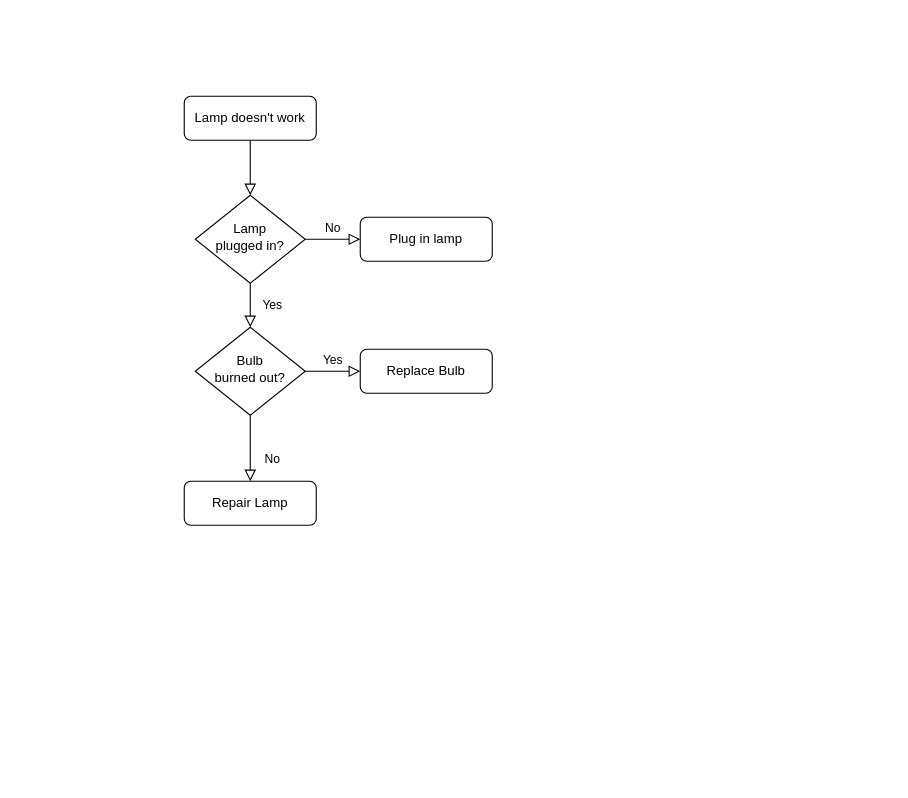
log2akshat/UsefulScripts keeps this draw.io diagram as Zimbra/Untitled Diagram.drawio. Above is the earlier version. Source tidied: cells renumbered, new cells numbered last; positions are measured from the earlier drawing's top-left corner, leaving out a move shared by most shapes. Both pictures are drawn from the tidied source at 110%, with x=0, y=0 at pixel (184, 96).
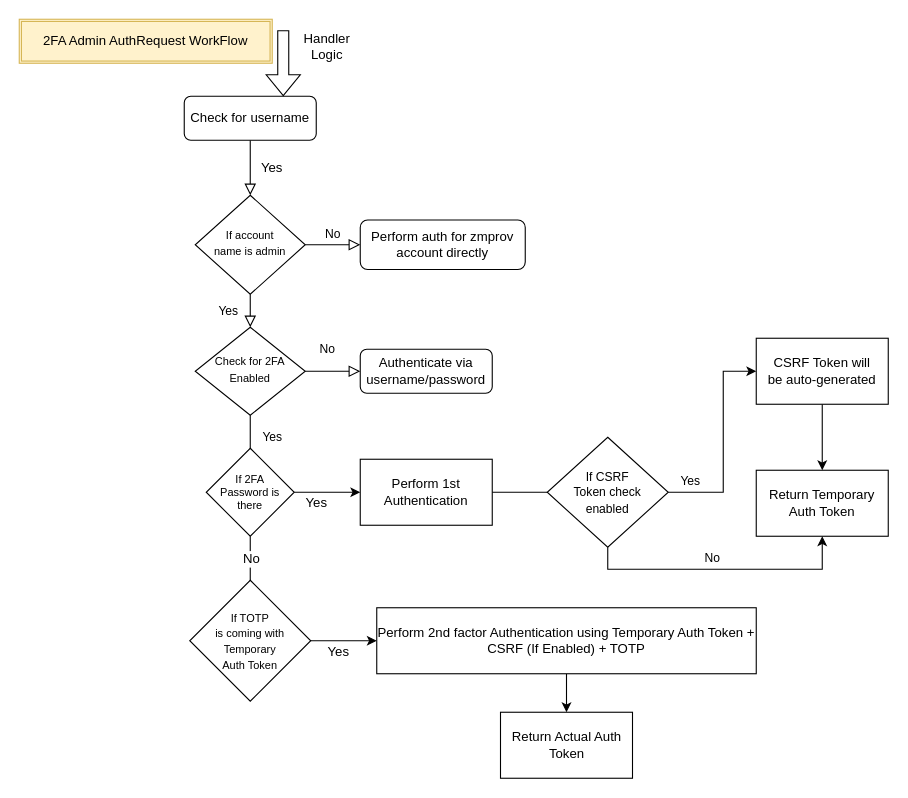
The same page after the edit.

Commit message:
Zimbra Admin AuthRequest Flow

Diff of the diagram source:
```diff
@@
-    <mxCell id="3" value="Lamp doesn't work" style="rounded=1;whiteSpace=wrap;html=1;fontSize=12;glass=0;strokeWidth=1;shadow=0;" parent="1" vertex="1">
+    <mxCell id="3" value="Check for username" style="rounded=1;whiteSpace=wrap;html=1;fontSize=12;glass=0;strokeWidth=1;shadow=0;" parent="1" vertex="1">
       <mxGeometry width="120" height="40" as="geometry" />
     </mxCell>
@@
-    <mxCell id="6" value="Lamp&lt;br&gt;plugged in?" style="rhombus;whiteSpace=wrap;html=1;shadow=0;fontFamily=Helvetica;fontSize=12;align=center;strokeWidth=1;spacing=6;spacingTop=-4;" parent="1" vertex="1">
-      <mxGeometry x="10" y="90" width="100" height="80" as="geometry" />
+    <mxCell id="6" value="&lt;font style=&quot;font-size: 10px&quot;&gt;If account &lt;br&gt;name is admin&lt;/font&gt;" style="rhombus;whiteSpace=wrap;html=1;shadow=0;fontFamily=Helvetica;fontSize=12;align=center;strokeWidth=1;spacing=6;spacingTop=-4;" parent="1" vertex="1">
+      <mxGeometry x="10" y="90" width="100" height="90" as="geometry" />
     </mxCell>
-    <mxCell id="7" value="Plug in lamp" style="rounded=1;whiteSpace=wrap;html=1;fontSize=12;glass=0;strokeWidth=1;shadow=0;" parent="1" vertex="1">
-      <mxGeometry x="160" y="110" width="120" height="40" as="geometry" />
+    <mxCell id="7" value="Perform auth for zmprov account directly" style="rounded=1;whiteSpace=wrap;html=1;fontSize=12;glass=0;strokeWidth=1;shadow=0;" parent="1" vertex="1">
+      <mxGeometry x="160" y="112.5" width="150" height="45" as="geometry" />
     </mxCell>
-    <mxCell id="8" value="No" style="rounded=0;html=1;jettySize=auto;fontSize=11;endArrow=block;endFill=0;endSize=8;strokeWidth=1;shadow=0;labelBackgroundColor=none;edgeStyle=orthogonalEdgeStyle;" parent="1" edge="1" source="10" target="11">
-      <mxGeometry x="0.33" y="20" relative="1" as="geometry" />
+    <mxCell id="8" value="Yes" style="rounded=0;html=1;jettySize=auto;fontSize=11;endArrow=block;endFill=0;endSize=8;strokeWidth=1;shadow=0;labelBackgroundColor=none;edgeStyle=orthogonalEdgeStyle;" parent="1" edge="1" source="10">
+      <mxGeometry x="-0.33" y="20" relative="1" as="geometry">
+        <mxPoint x="60" y="350" as="targetPoint" />
+      </mxGeometry>
     </mxCell>
-    <mxCell id="9" value="Yes" style="edgeStyle=orthogonalEdgeStyle;rounded=0;html=1;jettySize=auto;fontSize=11;endArrow=block;endFill=0;endSize=8;strokeWidth=1;shadow=0;labelBackgroundColor=none;" parent="1" edge="1" source="10" target="12">
-      <mxGeometry y="10" relative="1" as="geometry" />
+    <mxCell id="9" value="No" style="edgeStyle=orthogonalEdgeStyle;rounded=0;html=1;jettySize=auto;fontSize=11;endArrow=block;endFill=0;endSize=8;strokeWidth=1;shadow=0;labelBackgroundColor=none;" parent="1" edge="1" source="10" target="12">
+      <mxGeometry x="-0.2" y="20" relative="1" as="geometry" />
     </mxCell>
-    <mxCell id="10" value="Bulb&lt;br&gt;burned out?" style="rhombus;whiteSpace=wrap;html=1;shadow=0;fontFamily=Helvetica;fontSize=12;align=center;strokeWidth=1;spacing=6;spacingTop=-4;" parent="1" vertex="1">
+    <mxCell id="10" value="&lt;span style=&quot;font-size: 10px&quot;&gt;Check for 2FA Enabled&lt;/span&gt;" style="rhombus;whiteSpace=wrap;html=1;shadow=0;fontFamily=Helvetica;fontSize=12;align=center;strokeWidth=1;spacing=6;spacingTop=-4;" parent="1" vertex="1">
       <mxGeometry x="10" y="210" width="100" height="80" as="geometry" />
     </mxCell>
-    <mxCell id="11" value="Repair Lamp" style="rounded=1;whiteSpace=wrap;html=1;fontSize=12;glass=0;strokeWidth=1;shadow=0;" parent="1" vertex="1">
-      <mxGeometry y="350" width="120" height="40" as="geometry" />
-    </mxCell>
-    <mxCell id="12" value="Replace Bulb" style="rounded=1;whiteSpace=wrap;html=1;fontSize=12;glass=0;strokeWidth=1;shadow=0;" parent="1" vertex="1">
+    <mxCell id="12" value="Authenticate via username/password" style="rounded=1;whiteSpace=wrap;html=1;fontSize=12;glass=0;strokeWidth=1;shadow=0;" parent="1" vertex="1">
       <mxGeometry x="160" y="230" width="120" height="40" as="geometry" />
     </mxCell>
+    <mxCell id="13" value="2FA Admin AuthRequest WorkFlow" style="shape=ext;double=1;rounded=0;whiteSpace=wrap;html=1;fillColor=#fff2cc;strokeColor=#d6b656;" parent="1" vertex="1">
+      <mxGeometry x="-150" y="-70" width="230" height="40" as="geometry" />
+    </mxCell>
+    <mxCell id="14" value="Yes" style="text;html=1;strokeColor=none;fillColor=none;align=center;verticalAlign=middle;whiteSpace=wrap;rounded=0;" parent="1" vertex="1">
+      <mxGeometry x="50" y="50" width="60" height="30" as="geometry" />
+    </mxCell>
+    <mxCell id="15" style="shape=flexArrow;endArrow=classic;html=1;rounded=0;" parent="1" edge="1">
+      <mxGeometry relative="1" as="geometry">
+        <mxPoint x="90" y="-60" as="sourcePoint" />
+        <mxPoint x="90" as="targetPoint" />
+      </mxGeometry>
+    </mxCell>
+    <mxCell id="16" value="Handler Logic" style="text;html=1;strokeColor=none;fillColor=none;align=center;verticalAlign=middle;whiteSpace=wrap;rounded=0;" parent="1" vertex="1">
+      <mxGeometry x="100" y="-60" width="60" height="30" as="geometry" />
+    </mxCell>
+    <mxCell id="17" style="edgeStyle=orthogonalEdgeStyle;rounded=0;jettySize=auto;html=1;fontSize=10;" parent="1" edge="1" source="20" target="21">
+      <mxGeometry relative="1" as="geometry" />
+    </mxCell>
+    <mxCell id="18" style="edgeStyle=orthogonalEdgeStyle;rounded=0;jettySize=auto;html=1;fontSize=12;" parent="1" edge="1" source="20">
+      <mxGeometry relative="1" as="geometry">
+        <mxPoint x="60" y="480" as="targetPoint" />
+      </mxGeometry>
+    </mxCell>
+    <mxCell id="19" value="No" style="edgeLabel;html=1;align=center;verticalAlign=middle;fontSize=12;" parent="18" vertex="1">
+      <mxGeometry x="-0.22" y="3" relative="1" as="geometry">
+        <mxPoint x="-3" y="-11" as="offset" />
+      </mxGeometry>
+    </mxCell>
+    <mxCell id="20" value="If 2FA&lt;br&gt;Password is there" style="rhombus;whiteSpace=wrap;html=1;fontSize=10;" parent="1" vertex="1">
+      <mxGeometry x="20" y="320" width="80" height="80" as="geometry" />
+    </mxCell>
+    <mxCell id="21" value="&lt;font style=&quot;font-size: 12px&quot;&gt;Perform 1st&lt;br&gt;Authentication&lt;/font&gt;" style="whiteSpace=wrap;html=1;fontSize=10;" parent="1" vertex="1">
+      <mxGeometry x="160" y="330" width="120" height="60" as="geometry" />
+    </mxCell>
+    <mxCell id="22" value="Yes" style="text;html=1;align=center;verticalAlign=middle;strokeColor=none;fillColor=none;fontSize=12;" parent="1" vertex="1">
+      <mxGeometry x="100" y="360" width="40" height="20" as="geometry" />
+    </mxCell>
+    <mxCell id="23" style="edgeStyle=orthogonalEdgeStyle;rounded=0;jettySize=auto;html=1;fontSize=12;" parent="1" edge="1" source="24" target="26">
+      <mxGeometry relative="1" as="geometry" />
+    </mxCell>
+    <mxCell id="24" value="&lt;span style=&quot;font-size: 10px&quot;&gt;If TOTP &lt;br&gt;is coming with Temporary &lt;br&gt;Auth Token&lt;/span&gt;" style="rhombus;whiteSpace=wrap;html=1;fontSize=12;" parent="1" vertex="1">
+      <mxGeometry x="5" y="440" width="110" height="110" as="geometry" />
+    </mxCell>
+    <mxCell id="25" style="edgeStyle=orthogonalEdgeStyle;rounded=0;jettySize=auto;html=1;fontSize=12;" parent="1" edge="1" source="26" target="29">
+      <mxGeometry relative="1" as="geometry" />
+    </mxCell>
+    <mxCell id="26" value="Perform 2nd factor Authentication using Temporary Auth Token + CSRF (If Enabled) + TOTP" style="whiteSpace=wrap;html=1;" parent="1" vertex="1">
+      <mxGeometry x="175" y="465" width="345" height="60" as="geometry" />
+    </mxCell>
+    <mxCell id="27" value="Yes" style="text;html=1;align=center;verticalAlign=middle;strokeColor=none;fillColor=none;fontSize=12;" parent="1" vertex="1">
+      <mxGeometry x="120" y="495" width="40" height="20" as="geometry" />
+    </mxCell>
+    <mxCell id="28" value="&lt;font style=&quot;font-size: 12px&quot;&gt;Return Temporary Auth Token&lt;/font&gt;" style="whiteSpace=wrap;html=1;fontSize=10;" parent="1" vertex="1">
+      <mxGeometry x="520" y="340" width="120" height="60" as="geometry" />
+    </mxCell>
+    <mxCell id="29" value="Return Actual Auth Token" style="whiteSpace=wrap;html=1;" parent="1" vertex="1">
+      <mxGeometry x="287.5" y="560" width="120" height="60" as="geometry" />
+    </mxCell>
+    <mxCell id="30" style="edgeStyle=orthogonalEdgeStyle;rounded=0;jettySize=auto;html=1;fontSize=11;" parent="1" edge="1" source="34" target="32">
+      <mxGeometry relative="1" as="geometry">
+        <Array as="points">
+          <mxPoint x="490" y="360" />
+          <mxPoint x="490" y="250" />
+        </Array>
+      </mxGeometry>
+    </mxCell>
+    <mxCell id="31" style="edgeStyle=orthogonalEdgeStyle;rounded=0;jettySize=auto;html=1;fontSize=11;" parent="1" edge="1" source="32" target="28">
+      <mxGeometry relative="1" as="geometry" />
+    </mxCell>
+    <mxCell id="32" value="CSRF Token will&lt;br&gt;be auto-generated" style="whiteSpace=wrap;html=1;" parent="1" vertex="1">
+      <mxGeometry x="520" y="220" width="120" height="60" as="geometry" />
+    </mxCell>
+    <mxCell id="33" style="edgeStyle=orthogonalEdgeStyle;rounded=0;jettySize=auto;html=1;fontSize=11;" parent="1" edge="1" source="34">
+      <mxGeometry relative="1" as="geometry">
+        <mxPoint x="580" y="400" as="targetPoint" />
+        <Array as="points">
+          <mxPoint x="385" y="430" />
+          <mxPoint x="580" y="430" />
+        </Array>
+      </mxGeometry>
+    </mxCell>
+    <mxCell id="34" value="&lt;font style=&quot;font-size: 11px&quot;&gt;If CSRF &lt;br&gt;Token check&lt;br&gt;enabled&lt;/font&gt;" style="rhombus;whiteSpace=wrap;html=1;fontSize=12;" parent="1" vertex="1">
+      <mxGeometry x="330" y="310" width="110" height="100" as="geometry" />
+    </mxCell>
+    <mxCell id="35" style="edgeStyle=orthogonalEdgeStyle;rounded=0;jettySize=auto;html=1;fontSize=12;endArrow=none;" parent="1" edge="1" source="21" target="34">
+      <mxGeometry relative="1" as="geometry" />
+    </mxCell>
+    <mxCell id="36" value="Yes" style="text;html=1;align=center;verticalAlign=middle;strokeColor=none;fillColor=none;fontSize=11;" parent="1" vertex="1">
+      <mxGeometry x="445" y="340" width="30" height="20" as="geometry" />
+    </mxCell>
+    <mxCell id="37" value="No" style="text;html=1;align=center;verticalAlign=middle;strokeColor=none;fillColor=none;fontSize=11;" parent="1" vertex="1">
+      <mxGeometry x="465" y="410" width="30" height="20" as="geometry" />
+    </mxCell>
```
